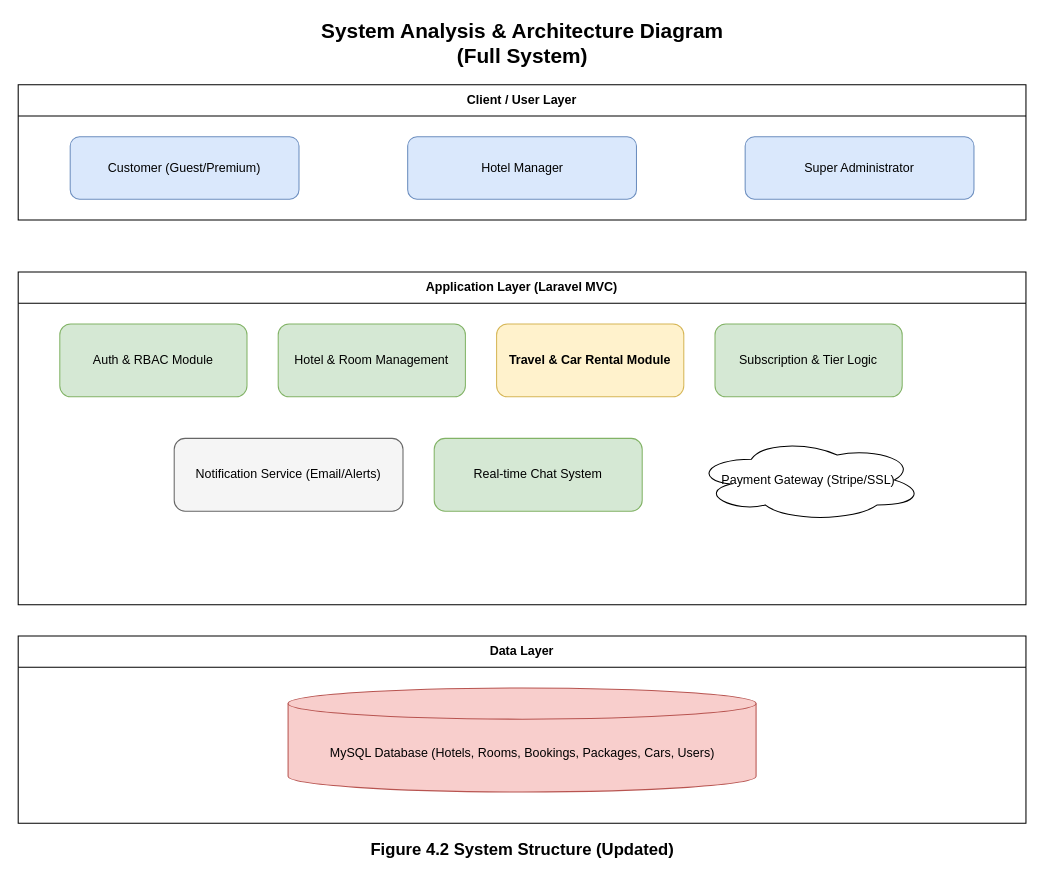
This is Grand_Azure_System_Architecture.drawio from NaimurRahmanDurjoy/hotel-booking-system, a draw.io file, before an edit. Source tidied: cells renumbered, new cells numbered last; positions are measured from the earlier drawing's top-left corner, leaving out a move shared by most shapes. Both pictures are drawn from the tidied source at 104%, with x=0, y=0 at pixel (18, 22).
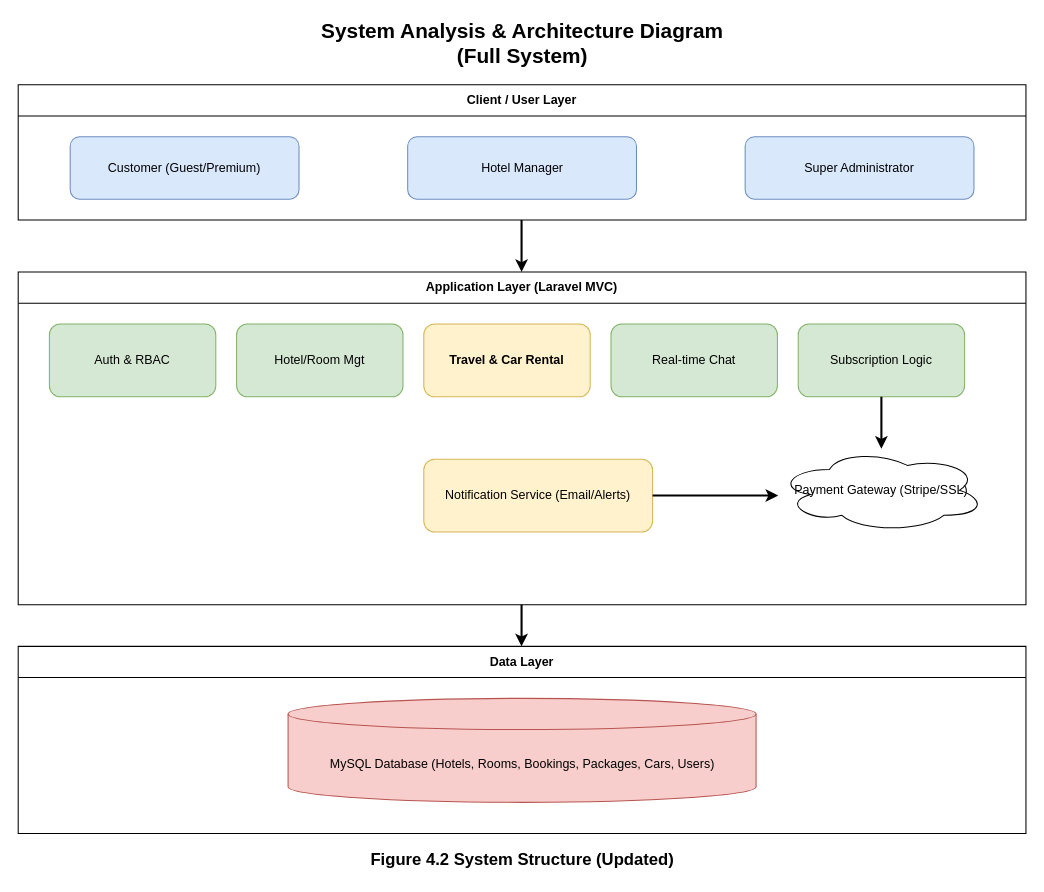
The same diagram, later.

The change refers to these unchanged cells:
```xml
<mxCell id="7" value="Application Layer (Laravel MVC)" style="swimlane;whiteSpace=wrap;html=1;startSize=30;" parent="1" vertex="1">
  <mxGeometry y="240" width="969" height="320" as="geometry" />
</mxCell>
```

Change to the diagram source:
```diff
@@
+    <mxCell id="18" style="edgeStyle=orthogonalEdgeStyle;html=1;endArrow=classic;strokeWidth=2;strokeColor=#000000;" parent="1" edge="1">
+      <mxGeometry relative="1" as="geometry">
+        <mxPoint x="484" y="190" as="sourcePoint" />
+        <mxPoint x="484" y="240" as="targetPoint" />
+      </mxGeometry>
+    </mxCell>
@@
-    <mxCell id="8" value="Auth &amp; RBAC Module" style="rounded=1;whiteSpace=wrap;html=1;fillColor=#d5e8d4;strokeColor=#82b366;" parent="7" vertex="1">
-      <mxGeometry x="40" y="50" width="180" height="70" as="geometry" />
+    <mxCell id="8" value="Auth &amp; RBAC" style="rounded=1;whiteSpace=wrap;html=1;fillColor=#d5e8d4;strokeColor=#82b366;" parent="7" vertex="1">
+      <mxGeometry x="30" y="50" width="160" height="70" as="geometry" />
     </mxCell>
-    <mxCell id="9" value="Hotel &amp; Room Management" style="rounded=1;whiteSpace=wrap;html=1;fillColor=#d5e8d4;strokeColor=#82b366;" parent="7" vertex="1">
-      <mxGeometry x="250" y="50" width="180" height="70" as="geometry" />
+    <mxCell id="9" value="Hotel/Room Mgt" style="rounded=1;whiteSpace=wrap;html=1;fillColor=#d5e8d4;strokeColor=#82b366;" parent="7" vertex="1">
+      <mxGeometry x="210" y="50" width="160" height="70" as="geometry" />
     </mxCell>
-    <mxCell id="10" value="Travel &amp; Car Rental Module" style="rounded=1;whiteSpace=wrap;html=1;fillColor=#fff2cc;strokeColor=#d6b656;fontStyle=1;" parent="7" vertex="1">
-      <mxGeometry x="460" y="50" width="180" height="70" as="geometry" />
+    <mxCell id="10" value="Travel &amp; Car Rental" style="rounded=1;whiteSpace=wrap;html=1;fillColor=#fff2cc;strokeColor=#d6b656;fontStyle=1;" parent="7" vertex="1">
+      <mxGeometry x="390" y="50" width="160" height="70" as="geometry" />
     </mxCell>
+    <mxCell id="13" value="Real-time Chat" style="rounded=1;whiteSpace=wrap;html=1;fillColor=#d5e8d4;strokeColor=#82b366;" parent="7" vertex="1">
+      <mxGeometry x="570" y="50" width="160" height="70" as="geometry" />
+    </mxCell>
-    <mxCell id="11" value="Subscription &amp; Tier Logic" style="rounded=1;whiteSpace=wrap;html=1;fillColor=#d5e8d4;strokeColor=#82b366;" parent="7" vertex="1">
-      <mxGeometry x="670" y="50" width="180" height="70" as="geometry" />
+    <mxCell id="11" value="Subscription Logic" style="rounded=1;whiteSpace=wrap;html=1;fillColor=#d5e8d4;strokeColor=#82b366;" parent="7" vertex="1">
+      <mxGeometry x="750" y="50" width="160" height="70" as="geometry" />
     </mxCell>
-    <mxCell id="12" value="Notification Service (Email/Alerts)" style="rounded=1;whiteSpace=wrap;html=1;fillColor=#f5f5f5;strokeColor=#666666;" parent="7" vertex="1">
-      <mxGeometry x="150" y="160" width="220" height="70" as="geometry" />
+    <mxCell id="12" value="Notification Service (Email/Alerts)" style="rounded=1;whiteSpace=wrap;html=1;fillColor=#fff2cc;strokeColor=#d6b656;" parent="7" vertex="1">
+      <mxGeometry x="390" y="180" width="220" height="70" as="geometry" />
     </mxCell>
-    <mxCell id="13" value="Real-time Chat System" style="rounded=1;whiteSpace=wrap;html=1;fillColor=#d5e8d4;strokeColor=#82b366;" parent="7" vertex="1">
-      <mxGeometry x="400" y="160" width="200" height="70" as="geometry" />
-    </mxCell>
     <mxCell id="14" value="Payment Gateway (Stripe/SSL)" style="ellipse;shape=cloud;whiteSpace=wrap;html=1;" parent="7" vertex="1">
-      <mxGeometry x="650" y="160" width="220" height="80" as="geometry" />
+      <mxGeometry x="730" y="170" width="200" height="80" as="geometry" />
     </mxCell>
+    <mxCell id="19" style="edgeStyle=orthogonalEdgeStyle;html=1;endArrow=classic;strokeWidth=2;strokeColor=#000000;" parent="7" edge="1" source="11" target="14">
+      <mxGeometry relative="1" as="geometry">
+        <Array as="points">
+          <mxPoint x="830" y="145" />
+          <mxPoint x="830" y="145" />
+        </Array>
+      </mxGeometry>
+    </mxCell>
+    <mxCell id="20" style="edgeStyle=orthogonalEdgeStyle;html=1;endArrow=classic;strokeWidth=2;strokeColor=#000000;" parent="7" edge="1" source="12" target="14">
+      <mxGeometry relative="1" as="geometry">
+        <Array as="points">
+          <mxPoint x="670" y="215" />
+          <mxPoint x="670" y="215" />
+        </Array>
+      </mxGeometry>
+    </mxCell>
+    <mxCell id="21" style="edgeStyle=orthogonalEdgeStyle;html=1;endArrow=classic;strokeWidth=2;strokeColor=#000000;" parent="1" edge="1">
+      <mxGeometry relative="1" as="geometry">
+        <mxPoint x="484" y="560" as="sourcePoint" />
+        <mxPoint x="484" y="600" as="targetPoint" />
+      </mxGeometry>
+    </mxCell>
     <mxCell id="15" value="Data Layer" style="swimlane;whiteSpace=wrap;html=1;startSize=30;" parent="1" vertex="1">
-      <mxGeometry y="590" width="969" height="180" as="geometry" />
+      <mxGeometry y="600" width="969" height="180" as="geometry" />
     </mxCell>
@@
     <mxCell id="17" value="Figure 4.2 System Structure (Updated)" style="text;html=1;strokeColor=none;fillColor=none;align=center;verticalAlign=middle;whiteSpace=wrap;rounded=0;fontSize=16;fontStyle=1;" parent="1" vertex="1">
-      <mxGeometry x="284.5" y="780" width="400" height="30" as="geometry" />
+      <mxGeometry x="284.5" y="790" width="400" height="30" as="geometry" />
     </mxCell>
```
